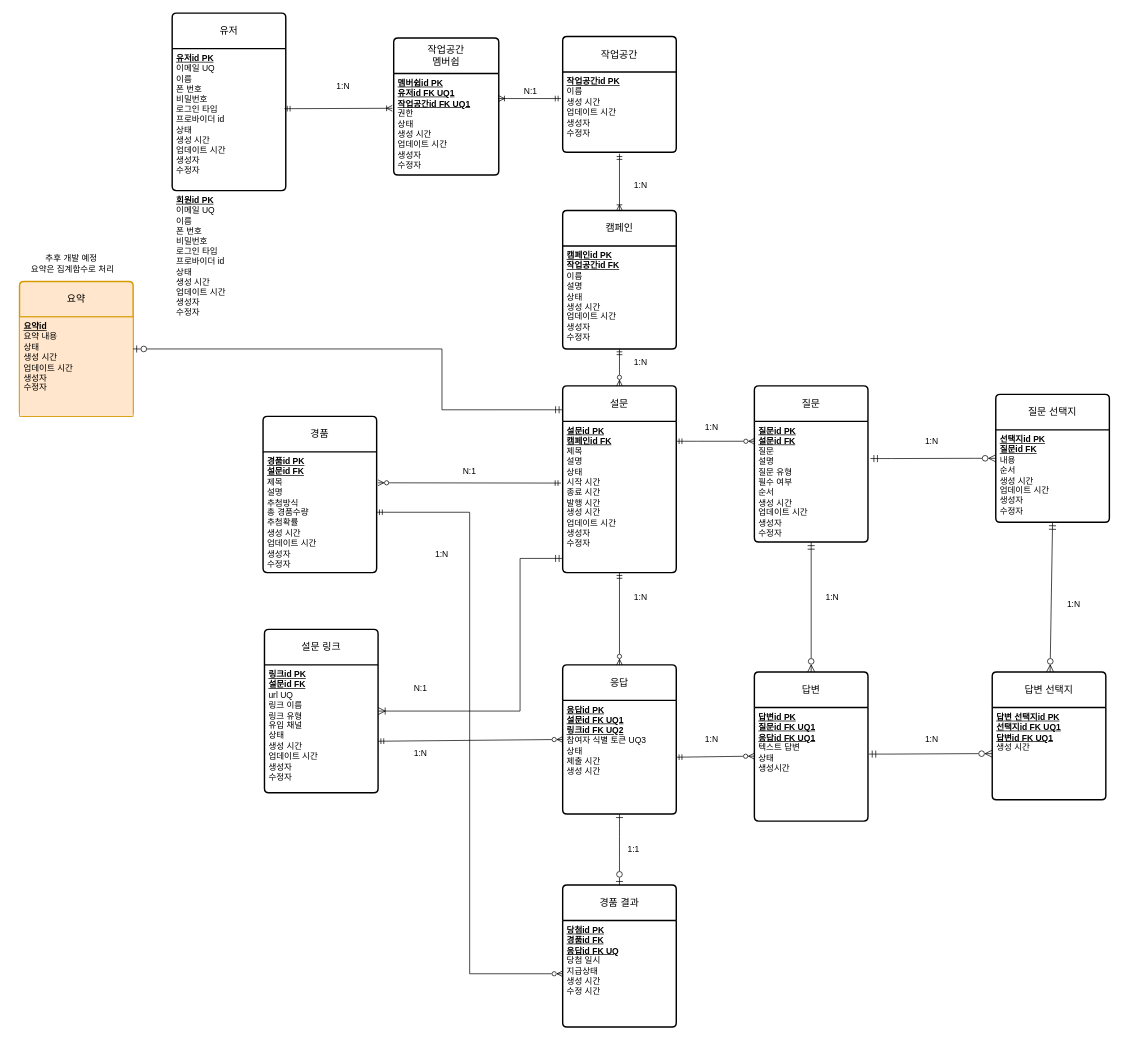
The draw.io diagram docs/database/logical-erd.drawio in lilsooin/insight-platform, before the edit. Source tidied: cells renumbered, new cells numbered last; positions are measured from the earlier drawing's top-left corner, leaving out a move shared by most shapes. Both pictures are drawn from the tidied source at 71%, with x=0, y=0 at pixel (12, 13).
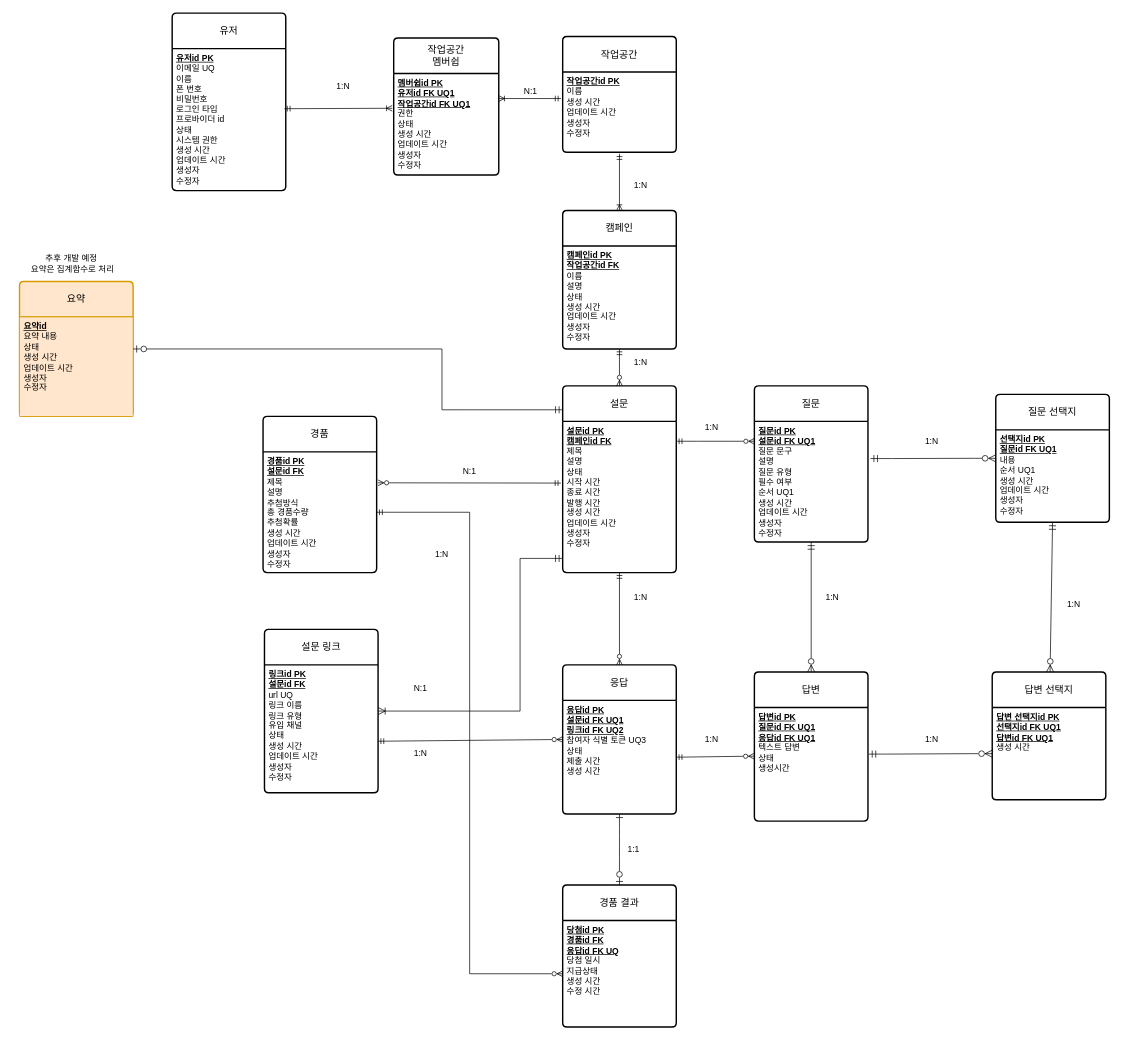
Above is the later version.

Commit message (it also covers changes not shown here):
docs: add initial logical ERD4

Unchanged cells that the change refers to:
```xml
<mxCell id="2" value="유저" style="swimlane;horizontal=1;startSize=50;rounded=1;fontSize=14;fontStyle=0;strokeWidth=2;shadow=0;dashed=0;align=center;arcSize=4;whiteSpace=wrap;html=1;" parent="1" vertex="1">
  <mxGeometry x="225" width="160" height="250" as="geometry" />
</mxCell>
<mxCell id="9" value="질문" style="swimlane;horizontal=1;startSize=50;rounded=1;fontSize=14;fontStyle=0;strokeWidth=2;shadow=0;dashed=0;align=center;arcSize=4;whiteSpace=wrap;html=1;" parent="1" vertex="1">
  <mxGeometry x="1045" y="525" width="160" height="220" as="geometry" />
</mxCell>
<mxCell id="30" value="질문 선택지" style="swimlane;horizontal=1;startSize=50;rounded=1;fontSize=14;fontStyle=0;strokeWidth=2;shadow=0;dashed=0;align=center;arcSize=4;whiteSpace=wrap;html=1;" parent="1" vertex="1">
  <mxGeometry x="1385" y="537" width="160" height="180" as="geometry" />
</mxCell>
```

Change to the diagram source:
```diff
@@
-    <mxCell id="3" value="&lt;div&gt;&lt;u&gt;&lt;b&gt;유저id PK&lt;/b&gt;&lt;/u&gt;&lt;/div&gt;이메일 UQ&lt;div&gt;이름&lt;/div&gt;&lt;div&gt;폰 번호&lt;/div&gt;&lt;div&gt;비밀번호&lt;/div&gt;&lt;div&gt;로그인 타입&lt;/div&gt;&lt;div&gt;프로바이더 id&lt;/div&gt;&lt;div&gt;상태&lt;/div&gt;&lt;div&gt;생성 시간&lt;/div&gt;&lt;div&gt;업데이트 시간&lt;/div&gt;&lt;div&gt;생성자&lt;/div&gt;&lt;div&gt;수정자&lt;/div&gt;&lt;div&gt;&lt;br&gt;&lt;/div&gt;&lt;div&gt;&lt;br&gt;&lt;/div&gt;&lt;div&gt;&lt;br&gt;&lt;/div&gt;&lt;div&gt;&lt;br&gt;&lt;/div&gt;&lt;div&gt;&lt;br&gt;&lt;/div&gt;&lt;div&gt;&lt;br&gt;&lt;/div&gt;" style="align=left;strokeColor=none;fillColor=none;spacingLeft=4;spacingRight=4;fontSize=12;verticalAlign=top;html=1;whiteSpace=wrap;" parent="2" vertex="1">
+    <mxCell id="3" value="&lt;div&gt;&lt;u&gt;&lt;b&gt;유저id PK&lt;/b&gt;&lt;/u&gt;&lt;/div&gt;이메일 UQ&lt;div&gt;이름&lt;/div&gt;&lt;div&gt;폰 번호&lt;/div&gt;&lt;div&gt;비밀번호&lt;/div&gt;&lt;div&gt;로그인 타입&lt;/div&gt;&lt;div&gt;프로바이더 id&lt;/div&gt;&lt;div&gt;상태&lt;/div&gt;&lt;div&gt;시스템 권한&lt;/div&gt;&lt;div&gt;생성 시간&lt;/div&gt;&lt;div&gt;업데이트 시간&lt;/div&gt;&lt;div&gt;생성자&lt;/div&gt;&lt;div&gt;수정자&lt;/div&gt;&lt;div&gt;&lt;br&gt;&lt;/div&gt;&lt;div&gt;&lt;br&gt;&lt;/div&gt;&lt;div&gt;&lt;br&gt;&lt;/div&gt;&lt;div&gt;&lt;br&gt;&lt;/div&gt;&lt;div&gt;&lt;br&gt;&lt;/div&gt;&lt;div&gt;&lt;br&gt;&lt;/div&gt;" style="align=left;strokeColor=none;fillColor=none;spacingLeft=4;spacingRight=4;fontSize=12;verticalAlign=top;html=1;whiteSpace=wrap;" parent="2" vertex="1">
       <mxGeometry y="50" width="160" height="200" as="geometry" />
     </mxCell>
-    <mxCell id="4" value="&lt;div&gt;&lt;u&gt;&lt;b&gt;회원id PK&lt;/b&gt;&lt;/u&gt;&lt;/div&gt;이메일 UQ&lt;div&gt;이름&lt;/div&gt;&lt;div&gt;폰 번호&lt;/div&gt;&lt;div&gt;비밀번호&lt;/div&gt;&lt;div&gt;로그인 타입&lt;/div&gt;&lt;div&gt;프로바이더 id&lt;/div&gt;&lt;div&gt;상태&lt;/div&gt;&lt;div&gt;생성 시간&lt;/div&gt;&lt;div&gt;업데이트 시간&lt;/div&gt;&lt;div&gt;생성자&lt;/div&gt;&lt;div&gt;수정자&lt;/div&gt;&lt;div&gt;&lt;br&gt;&lt;/div&gt;&lt;div&gt;&lt;br&gt;&lt;/div&gt;&lt;div&gt;&lt;br&gt;&lt;/div&gt;&lt;div&gt;&lt;br&gt;&lt;/div&gt;&lt;div&gt;&lt;br&gt;&lt;/div&gt;&lt;div&gt;&lt;br&gt;&lt;/div&gt;" style="align=left;strokeColor=none;fillColor=none;spacingLeft=4;spacingRight=4;fontSize=12;verticalAlign=top;html=1;whiteSpace=wrap;" parent="2" vertex="1">
+    <mxCell id="4" value="&lt;div&gt;&lt;br&gt;&lt;/div&gt;&lt;div&gt;&lt;br&gt;&lt;/div&gt;&lt;div&gt;&lt;br&gt;&lt;/div&gt;&lt;div&gt;&lt;br&gt;&lt;/div&gt;&lt;div&gt;&lt;br&gt;&lt;/div&gt;&lt;div&gt;&lt;br&gt;&lt;/div&gt;&lt;div&gt;&lt;br&gt;&lt;/div&gt;" style="align=left;strokeColor=none;fillColor=none;spacingLeft=4;spacingRight=4;fontSize=12;verticalAlign=top;html=1;whiteSpace=wrap;" parent="2" vertex="1">
       <mxGeometry y="250" width="160" as="geometry" />
     </mxCell>
@@
-    <mxCell id="10" value="&lt;div&gt;&lt;u&gt;&lt;b&gt;질문id PK&lt;/b&gt;&lt;/u&gt;&lt;/div&gt;&lt;div&gt;&lt;div&gt;&lt;u&gt;&lt;b&gt;설문id FK&lt;/b&gt;&lt;/u&gt;&lt;/div&gt;&lt;div&gt;&lt;/div&gt;&lt;/div&gt;&lt;div&gt;질문&lt;/div&gt;&lt;div&gt;설명&lt;/div&gt;&lt;div&gt;질문 유형&lt;/div&gt;&lt;div&gt;필수 여부&lt;/div&gt;&lt;div&gt;순서&lt;/div&gt;&lt;div&gt;생성 시간&lt;/div&gt;&lt;div&gt;업데이트 시간&lt;/div&gt;&lt;div&gt;&lt;div&gt;&lt;div&gt;생성자&lt;/div&gt;&lt;div&gt;수정자&lt;/div&gt;&lt;/div&gt;&lt;div&gt;&lt;br&gt;&lt;/div&gt;&lt;/div&gt;&lt;div&gt;&lt;br&gt;&lt;/div&gt;&lt;div&gt;&lt;br&gt;&lt;/div&gt;" style="align=left;strokeColor=none;fillColor=none;spacingLeft=4;spacingRight=4;fontSize=12;verticalAlign=top;html=1;whiteSpace=wrap;" parent="9" vertex="1">
+    <mxCell id="10" value="&lt;div&gt;&lt;u&gt;&lt;b&gt;질문id PK&lt;/b&gt;&lt;/u&gt;&lt;/div&gt;&lt;div&gt;&lt;div&gt;&lt;u&gt;&lt;b&gt;설문id FK UQ1&lt;/b&gt;&lt;/u&gt;&lt;/div&gt;&lt;div&gt;&lt;/div&gt;&lt;/div&gt;&lt;div&gt;질문 문구&lt;/div&gt;&lt;div&gt;설명&lt;/div&gt;&lt;div&gt;질문 유형&lt;/div&gt;&lt;div&gt;필수 여부&lt;/div&gt;&lt;div&gt;순서 UQ1&lt;/div&gt;&lt;div&gt;생성 시간&lt;/div&gt;&lt;div&gt;업데이트 시간&lt;/div&gt;&lt;div&gt;&lt;div&gt;&lt;div&gt;생성자&lt;/div&gt;&lt;div&gt;수정자&lt;/div&gt;&lt;/div&gt;&lt;div&gt;&lt;br&gt;&lt;/div&gt;&lt;/div&gt;&lt;div&gt;&lt;br&gt;&lt;/div&gt;&lt;div&gt;&lt;br&gt;&lt;/div&gt;" style="align=left;strokeColor=none;fillColor=none;spacingLeft=4;spacingRight=4;fontSize=12;verticalAlign=top;html=1;whiteSpace=wrap;" parent="9" vertex="1">
       <mxGeometry y="50" width="160" height="170" as="geometry" />
     </mxCell>
@@
-    <mxCell id="31" value="&lt;div&gt;&lt;u&gt;&lt;b&gt;선택지id PK&lt;/b&gt;&lt;/u&gt;&lt;/div&gt;&lt;div&gt;&lt;div&gt;&lt;u&gt;&lt;b&gt;질문id FK&lt;/b&gt;&lt;/u&gt;&lt;/div&gt;&lt;div&gt;&lt;/div&gt;&lt;/div&gt;&lt;div&gt;내용&lt;/div&gt;&lt;div&gt;순서&lt;/div&gt;&lt;div&gt;생성 시간&lt;/div&gt;&lt;div&gt;업데이트 시간&lt;/div&gt;&lt;div&gt;&lt;div&gt;&lt;div&gt;생성자&lt;/div&gt;&lt;div&gt;수정자&lt;/div&gt;&lt;/div&gt;&lt;div&gt;&lt;br&gt;&lt;/div&gt;&lt;/div&gt;&lt;div&gt;&lt;br&gt;&lt;/div&gt;" style="align=left;strokeColor=none;fillColor=none;spacingLeft=4;spacingRight=4;fontSize=12;verticalAlign=top;html=1;whiteSpace=wrap;" parent="30" vertex="1">
+    <mxCell id="31" value="&lt;div&gt;&lt;u&gt;&lt;b&gt;선택지id PK&lt;/b&gt;&lt;/u&gt;&lt;/div&gt;&lt;div&gt;&lt;div&gt;&lt;u&gt;&lt;b&gt;질문id FK UQ1&lt;/b&gt;&lt;/u&gt;&lt;/div&gt;&lt;div&gt;&lt;/div&gt;&lt;/div&gt;&lt;div&gt;내용&lt;/div&gt;&lt;div&gt;순서 UQ1&lt;/div&gt;&lt;div&gt;생성 시간&lt;/div&gt;&lt;div&gt;업데이트 시간&lt;/div&gt;&lt;div&gt;&lt;div&gt;&lt;div&gt;생성자&lt;/div&gt;&lt;div&gt;수정자&lt;/div&gt;&lt;/div&gt;&lt;div&gt;&lt;br&gt;&lt;/div&gt;&lt;/div&gt;&lt;div&gt;&lt;br&gt;&lt;/div&gt;" style="align=left;strokeColor=none;fillColor=none;spacingLeft=4;spacingRight=4;fontSize=12;verticalAlign=top;html=1;whiteSpace=wrap;" parent="30" vertex="1">
       <mxGeometry y="50" width="160" height="130" as="geometry" />
     </mxCell>
```
